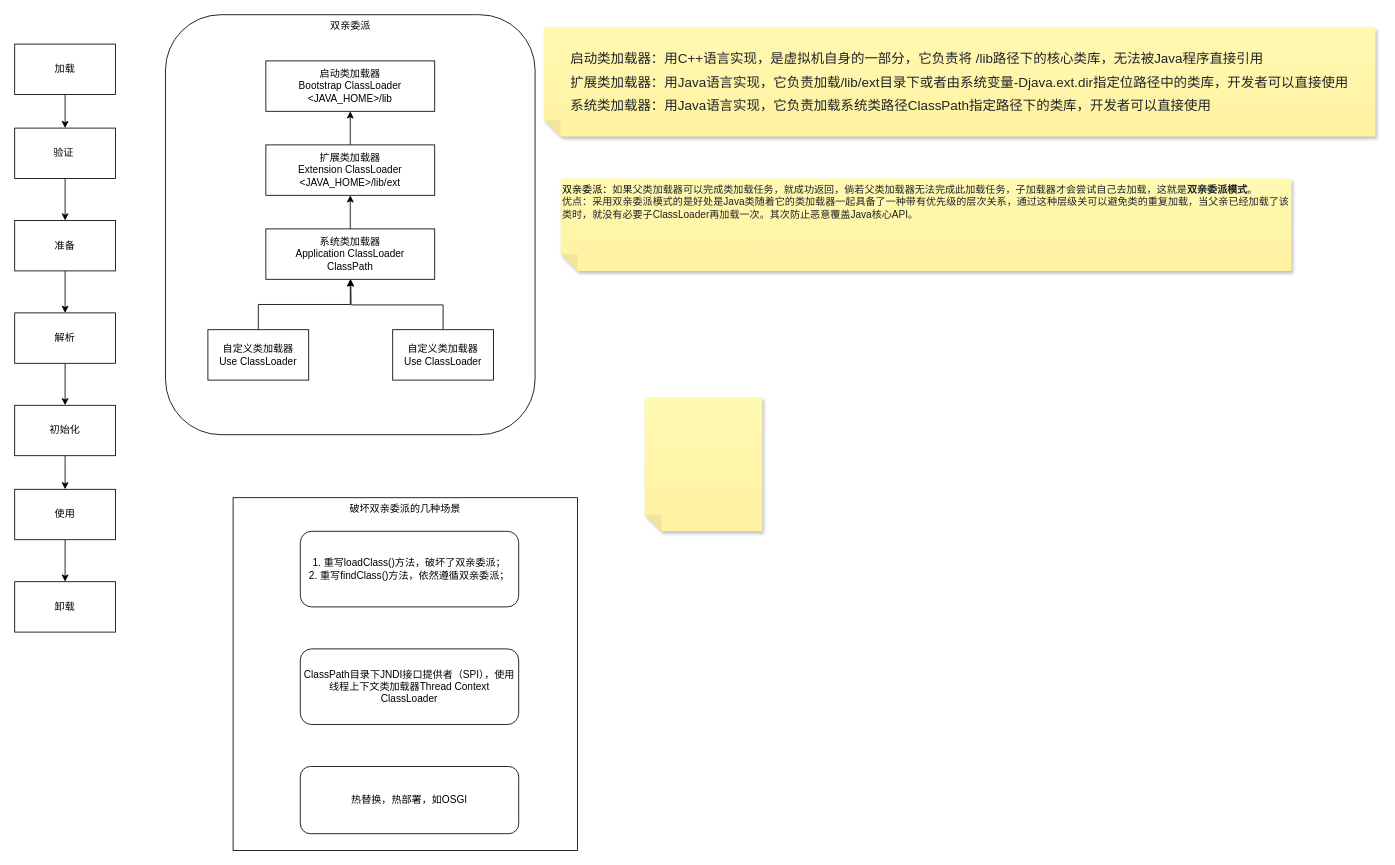
Earlier version of the draw.io diagram 未命名绘图.drawio (ggs2015/file). Source tidied: cells renumbered, new cells numbered last; positions are measured from the earlier drawing's top-left corner, leaving out a move shared by most shapes. Both pictures are drawn from the tidied source at 84%, with x=0, y=0 at pixel (14, 14).
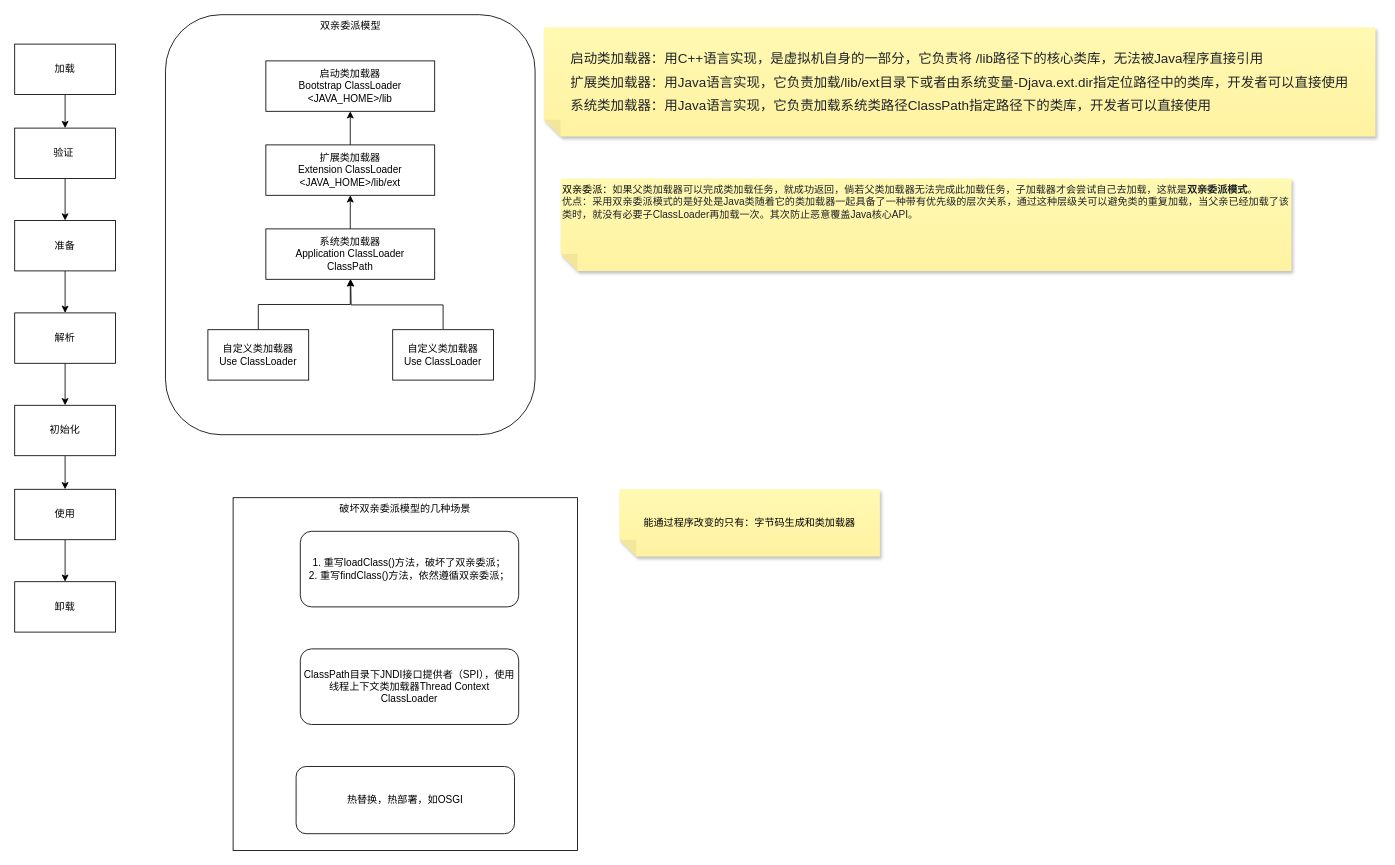
The same diagram, later.

Commit message:
更新未命名绘图.drawio

Diff of the diagram source:
```diff
@@
-    <mxCell id="2" value="破坏双亲委派的几种场景" style="rounded=0;whiteSpace=wrap;html=1;verticalAlign=top;" parent="1" vertex="1">
+    <mxCell id="2" value="破坏双亲委派模型的几种场景" style="rounded=0;whiteSpace=wrap;html=1;verticalAlign=top;" parent="1" vertex="1">
       <mxGeometry x="260" y="575" width="410" height="420" as="geometry" />
     </mxCell>
-    <mxCell id="3" value="双亲委派" style="rounded=1;whiteSpace=wrap;html=1;verticalAlign=top;" parent="1" vertex="1">
+    <mxCell id="3" value="双亲委派模型" style="rounded=1;whiteSpace=wrap;html=1;verticalAlign=top;" parent="1" vertex="1">
       <mxGeometry x="179.5" width="440" height="500" as="geometry" />
     </mxCell>
@@
     <mxCell id="27" value="热替换，热部署，如OSGI" style="rounded=1;whiteSpace=wrap;html=1;" parent="1" vertex="1">
-      <mxGeometry x="340" y="895" width="260" height="80" as="geometry" />
+      <mxGeometry x="335" y="895" width="260" height="80" as="geometry" />
     </mxCell>
-    <mxCell id="28" style="shape=note;whiteSpace=wrap;html=1;backgroundOutline=1;fontColor=#000000;darkOpacity=0.05;fillColor=#FFF9B2;strokeColor=none;fillStyle=solid;direction=west;gradientDirection=north;gradientColor=#FFF2A1;shadow=1;size=20;" parent="1" vertex="1">
-      <mxGeometry x="750" y="455" width="140" height="160" as="geometry" />
+    <mxCell id="28" value="能通过程序改变的只有：字节码生成和类加载器" style="shape=note;whiteSpace=wrap;html=1;backgroundOutline=1;fontColor=#000000;darkOpacity=0.05;fillColor=#FFF9B2;strokeColor=none;fillStyle=solid;direction=west;gradientDirection=north;gradientColor=#FFF2A1;shadow=1;size=20;" parent="1" vertex="1">
+      <mxGeometry x="720" y="565" width="310" height="80" as="geometry" />
     </mxCell>
```
